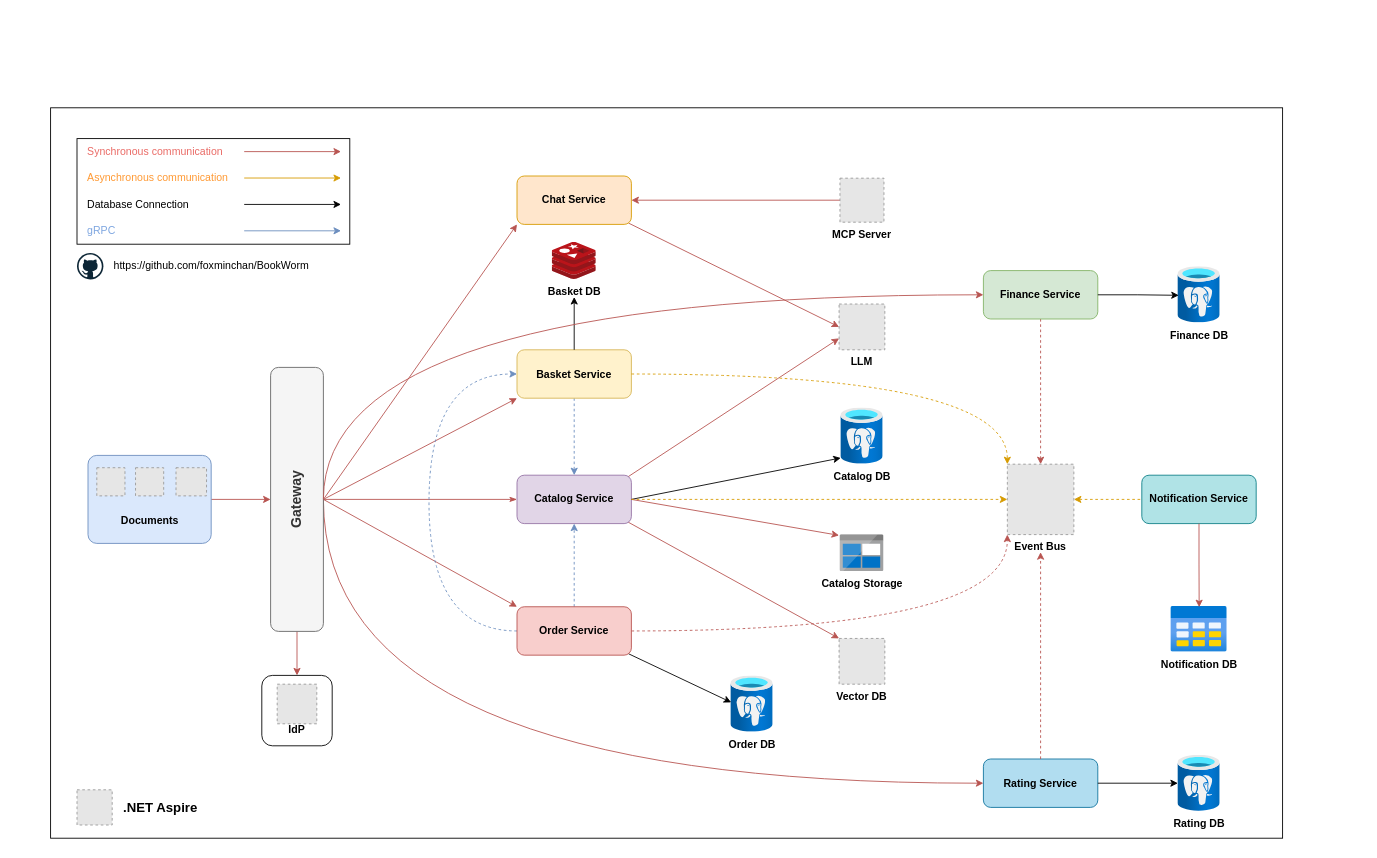
Earlier version of the draw.io diagram assets/BookWorm.drawio (foxminchan/BookWorm). Source tidied: cells renumbered, new cells numbered last; positions are measured from the earlier drawing's top-left corner, leaving out a move shared by most shapes. Both pictures are drawn from the tidied source at 88%, with x=0, y=0 at pixel (50, 107). Pictures stored in the file or linked from it are replaced by grey dashed boxes.
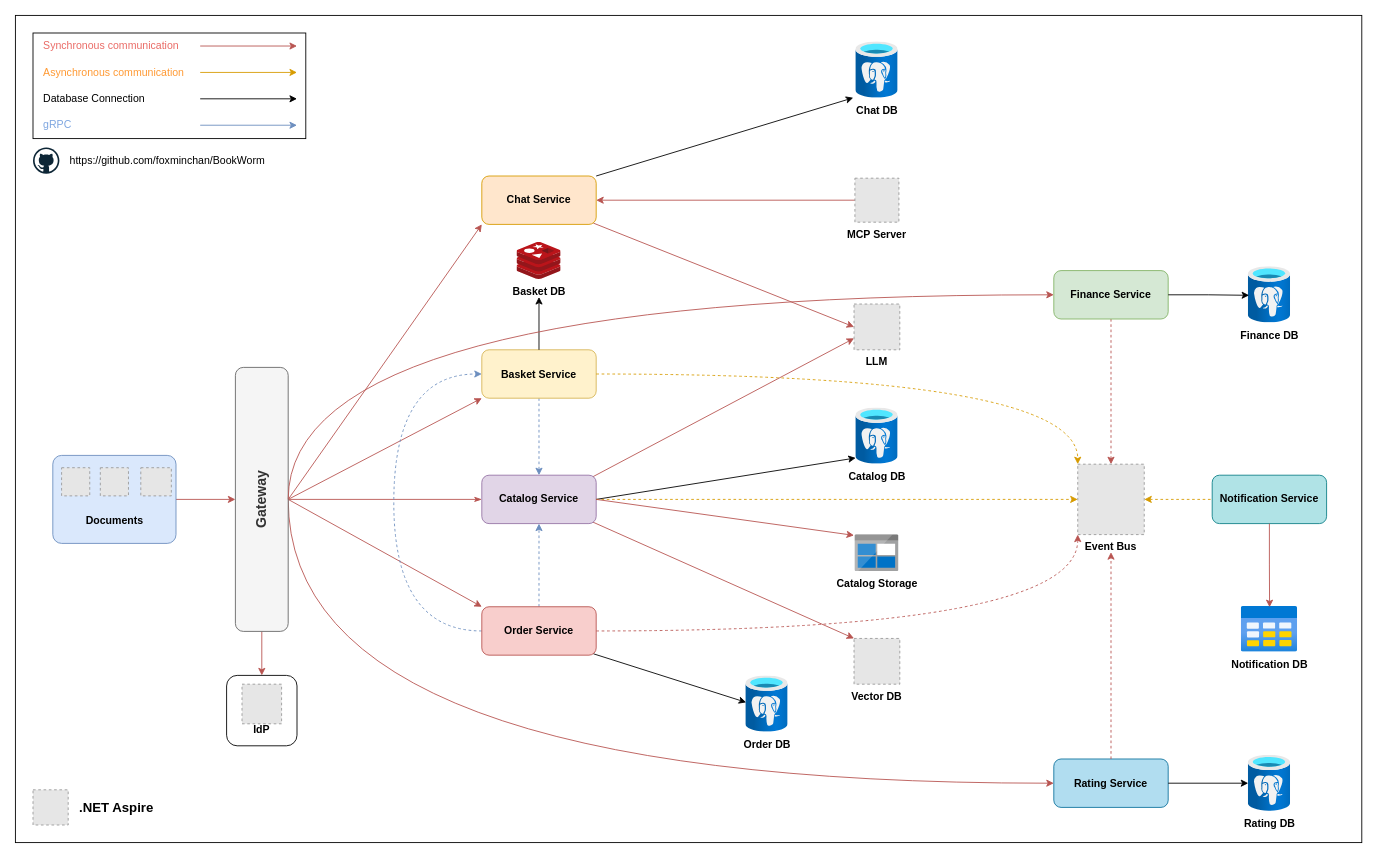
The same page after the edit.

Diff of the diagram source:
```diff
@@
     <mxCell id="2" style="rounded=0;whiteSpace=wrap;html=1;" parent="1" vertex="1">
-      <mxGeometry width="1400" height="830" as="geometry" />
+      <mxGeometry x="-40" y="-105" width="1530" height="940" as="geometry" />
     </mxCell>
@@
     <mxCell id="7" style="edgeStyle=orthogonalEdgeStyle;rounded=0;jettySize=auto;html=1;exitX=0;exitY=0.5;exitDx=0;exitDy=0;entryX=0;entryY=0.5;entryDx=0;entryDy=0;curved=1;fillColor=#f8cecc;strokeColor=#b85450;" parent="1" edge="1" source="9" target="30">
       <mxGeometry relative="1" as="geometry">
         <Array as="points">
-          <mxPoint x="310" y="768" />
+          <mxPoint x="270" y="768" />
         </Array>
       </mxGeometry>
     </mxCell>
@@
     <mxCell id="9" value="&lt;font style=&quot;font-size: 16px;&quot;&gt;Gateway&lt;/font&gt;" style="rounded=1;whiteSpace=wrap;html=1;fontStyle=1;textDirection=vertical-rl;rotation=-180;fillColor=#f5f5f5;strokeColor=#666666;fontColor=#333333;" parent="1" vertex="1">
-      <mxGeometry x="250" y="295" width="60" height="300" as="geometry" />
+      <mxGeometry x="210" y="295" width="60" height="300" as="geometry" />
     </mxCell>
@@
     <mxCell id="12" value="Catalog Service" style="rounded=1;whiteSpace=wrap;html=1;fontStyle=1;fillColor=#e1d5e7;strokeColor=#9673a6;" parent="1" vertex="1">
-      <mxGeometry x="530" y="417.5" width="130" height="55" as="geometry" />
+      <mxGeometry x="490" y="417.5" width="130" height="55" as="geometry" />
     </mxCell>
     <mxCell id="13" value="Catalog DB" style="image;html=1;points=[];align=center;fontSize=12;image=img/lib/azure2/databases/Azure_Database_PostgreSQL_Server.svg;fontStyle=1;" parent="1" vertex="1">
-      <mxGeometry x="898" y="341" width="48" height="64" as="geometry" />
+      <mxGeometry x="915" y="341" width="48" height="64" as="geometry" />
     </mxCell>
@@
     <mxCell id="15" value="Catalog Storage" style="image;sketch=0;html=1;points=[];align=center;fontSize=12;image=img/lib/mscae/BlobBlock.svg;fontStyle=1;" parent="1" vertex="1">
-      <mxGeometry x="897" y="485" width="50" height="42" as="geometry" />
+      <mxGeometry x="914" y="485" width="50" height="42" as="geometry" />
     </mxCell>
-    <mxCell id="16" style="rounded=0;jettySize=auto;html=1;exitX=1;exitY=0.5;exitDx=0;exitDy=0;entryX=-0.021;entryY=0.021;entryDx=0;entryDy=0;entryPerimeter=0;fillColor=#f8cecc;strokeColor=#b85450;" parent="1" edge="1" source="12" target="15">
-      <mxGeometry relative="1" as="geometry" />
-    </mxCell>
     <mxCell id="17" value="&lt;div&gt;&lt;b&gt;&lt;br&gt;&lt;/b&gt;&lt;/div&gt;&lt;b&gt;&lt;div&gt;&lt;b&gt;&lt;br&gt;&lt;/b&gt;&lt;/div&gt;&lt;div&gt;&lt;b&gt;&lt;br&gt;&lt;/b&gt;&lt;/div&gt;IdP&lt;/b&gt;" style="rounded=1;whiteSpace=wrap;html=1;" parent="1" vertex="1">
-      <mxGeometry x="240" y="645" width="80" height="80" as="geometry" />
+      <mxGeometry x="200" y="645" width="80" height="80" as="geometry" />
     </mxCell>
     <mxCell id="18" style="fillColor=#E6E6E6;strokeColor=#999999;dashed=1;verticalLabelPosition=bottom;labelBackgroundColor=default;verticalAlign=top;" parent="1" vertex="1">
-      <mxGeometry x="257.5" y="655" width="45" height="45" as="geometry" />
+      <mxGeometry x="217.5" y="655" width="45" height="45" as="geometry" />
     </mxCell>
@@
     <mxCell id="20" value="Basket Service" style="rounded=1;whiteSpace=wrap;html=1;fontStyle=1;fillColor=#fff2cc;strokeColor=#d6b656;" parent="1" vertex="1">
-      <mxGeometry x="530" y="275" width="130" height="55" as="geometry" />
+      <mxGeometry x="490" y="275" width="130" height="55" as="geometry" />
     </mxCell>
@@
     <mxCell id="22" style="edgeStyle=orthogonalEdgeStyle;rounded=0;jettySize=auto;html=1;exitX=0;exitY=0.5;exitDx=0;exitDy=0;entryX=0;entryY=0.5;entryDx=0;entryDy=0;fillColor=#dae8fc;strokeColor=#6c8ebf;dashed=1;curved=1;" parent="1" edge="1" source="71" target="20">
       <mxGeometry relative="1" as="geometry">
         <Array as="points">
-          <mxPoint x="430" y="595" />
-          <mxPoint x="430" y="303" />
+          <mxPoint x="390" y="595" />
+          <mxPoint x="390" y="303" />
         </Array>
       </mxGeometry>
     </mxCell>
     <mxCell id="23" value="Order DB" style="image;html=1;points=[];align=center;fontSize=12;image=img/lib/azure2/databases/Azure_Database_PostgreSQL_Server.svg;fontStyle=1;" parent="1" vertex="1">
-      <mxGeometry x="773" y="645.5" width="48" height="64" as="geometry" />
+      <mxGeometry x="790" y="645.5" width="48" height="64" as="geometry" />
     </mxCell>
@@
     <mxCell id="29" value="Finance Service" style="rounded=1;whiteSpace=wrap;html=1;fontStyle=1;fillColor=#d5e8d4;strokeColor=#82b366;" parent="1" vertex="1">
-      <mxGeometry x="1060" y="185" width="130" height="55" as="geometry" />
+      <mxGeometry x="1140" y="185" width="130" height="55" as="geometry" />
     </mxCell>
     <mxCell id="30" value="Rating Service" style="rounded=1;whiteSpace=wrap;html=1;fontStyle=1;fillColor=#b1ddf0;strokeColor=#10739e;" parent="1" vertex="1">
-      <mxGeometry x="1060" y="740" width="130" height="55" as="geometry" />
+      <mxGeometry x="1140" y="740" width="130" height="55" as="geometry" />
     </mxCell>
@@
     <mxCell id="32" value="Finance DB" style="image;html=1;points=[];align=center;fontSize=12;image=img/lib/azure2/databases/Azure_Database_PostgreSQL_Server.svg;fontStyle=1;" parent="1" vertex="1">
-      <mxGeometry x="1281" y="180.5" width="48" height="64" as="geometry" />
+      <mxGeometry x="1361" y="180.5" width="48" height="64" as="geometry" />
     </mxCell>
@@
     <mxCell id="34" value="&lt;b&gt;Basket DB&lt;/b&gt;" style="image;sketch=0;html=1;align=center;fontSize=12;image=img/lib/mscae/Cache_Redis_Product.svg;" parent="1" vertex="1">
-      <mxGeometry x="570" y="153" width="50" height="42" as="geometry" />
+      <mxGeometry x="530" y="153" width="50" height="42" as="geometry" />
     </mxCell>
     <mxCell id="35" value="Vector DB" style="fillColor=#E6E6E6;strokeColor=#999999;dashed=1;verticalLabelPosition=bottom;labelBackgroundColor=default;verticalAlign=top;fontStyle=1;" parent="1" vertex="1">
-      <mxGeometry x="896" y="603" width="52" height="52" as="geometry" />
+      <mxGeometry x="913" y="603" width="52" height="52" as="geometry" />
     </mxCell>
     <mxCell id="36" style="fillColor=#E6E6E6;strokeColor=#999999;dashed=1;verticalLabelPosition=bottom;labelBackgroundColor=default;verticalAlign=top;" parent="1" vertex="1">
-      <mxGeometry x="30" y="775" width="40" height="40" as="geometry" />
+      <mxGeometry x="-20" y="775" width="40" height="40" as="geometry" />
     </mxCell>
     <mxCell id="37" value="&lt;font style=&quot;font-size: 15px;&quot;&gt;.NET Aspire&lt;/font&gt;" style="text;html=1;align=center;verticalAlign=middle;whiteSpace=wrap;rounded=0;fontStyle=1;" parent="1" vertex="1">
-      <mxGeometry x="75" y="780" width="100" height="30" as="geometry" />
+      <mxGeometry x="25" y="780" width="100" height="30" as="geometry" />
     </mxCell>
     <mxCell id="38" value="Notification Service" style="rounded=1;whiteSpace=wrap;html=1;fontStyle=1;fillColor=#b0e3e6;strokeColor=#0e8088;" parent="1" vertex="1">
-      <mxGeometry x="1240" y="417.5" width="130" height="55" as="geometry" />
+      <mxGeometry x="1320" y="417.5" width="130" height="55" as="geometry" />
     </mxCell>
@@
     <mxCell id="40" value="Event Bus" style="fillColor=#E6E6E6;strokeColor=#999999;dashed=1;verticalLabelPosition=bottom;labelBackgroundColor=default;verticalAlign=top;fontStyle=1;" parent="1" vertex="1">
-      <mxGeometry x="1087.2" y="405" width="75.6" height="80" as="geometry" />
+      <mxGeometry x="1167.2" y="405" width="75.6" height="80" as="geometry" />
     </mxCell>
-    <mxCell id="41" style="group;" parent="1" vertex="1">
-      <mxGeometry x="30" y="35" width="310" height="160" as="geometry" />
-    </mxCell>
-    <mxCell id="42" style="group;" parent="41" vertex="1">
-      <mxGeometry width="310" height="120" as="geometry" />
-    </mxCell>
-    <mxCell id="43" style="rounded=0;whiteSpace=wrap;html=1;" parent="42" vertex="1">
-      <mxGeometry width="310" height="120" as="geometry" />
-    </mxCell>
-    <mxCell id="44" value="Synchronous communication&amp;nbsp;" style="text;html=1;align=left;verticalAlign=middle;whiteSpace=wrap;rounded=0;fontColor=#EA6B66;" parent="42" vertex="1">
-      <mxGeometry x="10" width="160" height="30" as="geometry" />
-    </mxCell>
-    <mxCell id="45" value="Asynchronous communication&amp;nbsp;" style="text;html=1;align=left;verticalAlign=middle;whiteSpace=wrap;rounded=0;fontColor=#FF9933;" parent="42" vertex="1">
-      <mxGeometry x="10" y="30" width="167.5" height="30" as="geometry" />
-    </mxCell>
-    <mxCell id="46" value="Database Connection" style="text;html=1;align=left;verticalAlign=middle;whiteSpace=wrap;rounded=0;fontColor=#000000;" parent="42" vertex="1">
-      <mxGeometry x="10" y="60" width="167.5" height="30" as="geometry" />
-    </mxCell>
-    <mxCell id="47" value="gRPC" style="text;html=1;align=left;verticalAlign=middle;whiteSpace=wrap;rounded=0;fontColor=#7EA6E0;labelBackgroundColor=default;" parent="42" vertex="1">
-      <mxGeometry x="10" y="90" width="167.5" height="30" as="geometry" />
-    </mxCell>
-    <mxCell id="48" style="endArrow=classic;html=1;rounded=0;fillColor=#f8cecc;strokeColor=#b85450;" parent="42" edge="1">
-      <mxGeometry relative="1" as="geometry">
-        <mxPoint x="190" y="14.8" as="sourcePoint" />
-        <mxPoint x="300" y="14.8" as="targetPoint" />
-      </mxGeometry>
-    </mxCell>
-    <mxCell id="49" style="endArrow=classic;html=1;rounded=0;fillColor=#ffe6cc;strokeColor=#d79b00;" parent="42" edge="1">
-      <mxGeometry relative="1" as="geometry">
-        <mxPoint x="190" y="44.8" as="sourcePoint" />
-        <mxPoint x="300" y="44.8" as="targetPoint" />
-      </mxGeometry>
-    </mxCell>
-    <mxCell id="50" style="endArrow=classic;html=1;rounded=0;" parent="42" edge="1">
-      <mxGeometry relative="1" as="geometry">
-        <mxPoint x="190" y="74.8" as="sourcePoint" />
-        <mxPoint x="300" y="74.8" as="targetPoint" />
-      </mxGeometry>
-    </mxCell>
-    <mxCell id="51" style="endArrow=classic;html=1;rounded=0;fillColor=#dae8fc;strokeColor=#6c8ebf;" parent="42" edge="1">
-      <mxGeometry relative="1" as="geometry">
-        <mxPoint x="190" y="104.8" as="sourcePoint" />
-        <mxPoint x="300" y="104.8" as="targetPoint" />
-      </mxGeometry>
-    </mxCell>
-    <mxCell id="52" style="dashed=0;html=1;align=center;labelPosition=center;verticalLabelPosition=bottom;verticalAlign=top;shape=mxgraph.weblogos.github;" parent="41" vertex="1">
-      <mxGeometry y="130" width="30" height="30" as="geometry" />
-    </mxCell>
-    <mxCell id="53" value="https://github.com/foxminchan/BookWorm" style="text;html=1;align=left;verticalAlign=middle;whiteSpace=wrap;rounded=0;" parent="41" vertex="1">
-      <mxGeometry x="40" y="130" width="230" height="30" as="geometry" />
-    </mxCell>
@@
     <mxCell id="55" style="group;" parent="1" vertex="1">
-      <mxGeometry x="42.5" y="395" width="140" height="100" as="geometry" />
+      <mxGeometry x="2.5" y="395" width="140" height="100" as="geometry" />
     </mxCell>
@@
     <mxCell id="61" value="Rating DB" style="image;html=1;points=[];align=center;fontSize=12;image=img/lib/azure2/databases/Azure_Database_PostgreSQL_Server.svg;fontStyle=1;" parent="1" vertex="1">
-      <mxGeometry x="1281" y="735.5" width="48" height="64" as="geometry" />
+      <mxGeometry x="1361" y="735.5" width="48" height="64" as="geometry" />
     </mxCell>
     <mxCell id="62" value="&lt;b&gt;Notification DB&lt;/b&gt;" style="image;html=1;points=[];align=center;fontSize=12;image=img/lib/azure2/general/Table.svg;" parent="1" vertex="1">
-      <mxGeometry x="1273" y="566.5" width="64" height="52" as="geometry" />
+      <mxGeometry x="1353" y="566.5" width="64" height="52" as="geometry" />
     </mxCell>
@@
     <mxCell id="66" value="Chat Service" style="rounded=1;whiteSpace=wrap;html=1;fontStyle=1;fillColor=#ffe6cc;strokeColor=#d79b00;" parent="1" vertex="1">
-      <mxGeometry x="530" y="77.5" width="130" height="55" as="geometry" />
+      <mxGeometry x="490" y="77.5" width="130" height="55" as="geometry" />
     </mxCell>
     <mxCell id="67" value="MCP Server" style="fillColor=#E6E6E6;strokeColor=#999999;dashed=1;verticalLabelPosition=bottom;labelBackgroundColor=default;verticalAlign=top;fontStyle=1;" parent="1" vertex="1">
-      <mxGeometry x="897" y="80" width="50" height="50" as="geometry" />
+      <mxGeometry x="914" y="80" width="50" height="50" as="geometry" />
     </mxCell>
     <mxCell id="68" style="rounded=0;jettySize=auto;html=1;exitX=0.5;exitY=0;exitDx=0;exitDy=0;" parent="1" edge="1" source="20">
       <mxGeometry relative="1" as="geometry">
-        <mxPoint x="595" y="215" as="targetPoint" />
+        <mxPoint x="555" y="215" as="targetPoint" />
       </mxGeometry>
     </mxCell>
     <mxCell id="69" style="edgeStyle=orthogonalEdgeStyle;rounded=0;jettySize=auto;html=1;exitX=0.5;exitY=0;exitDx=0;exitDy=0;fillColor=#f8cecc;strokeColor=#b85450;dashed=1;" parent="1" edge="1" source="30">
       <mxGeometry relative="1" as="geometry">
-        <mxPoint x="1125" y="505" as="targetPoint" />
+        <mxPoint x="1205" y="505" as="targetPoint" />
       </mxGeometry>
     </mxCell>
     <mxCell id="70" style="edgeStyle=orthogonalEdgeStyle;rounded=0;jettySize=auto;html=1;exitX=0;exitY=0.5;exitDx=0;exitDy=0;entryX=0;entryY=0.5;entryDx=0;entryDy=0;curved=1;fillColor=#f8cecc;strokeColor=#b85450;" parent="1" edge="1" source="9" target="29">
       <mxGeometry relative="1" as="geometry">
         <Array as="points">
-          <mxPoint x="310" y="213" />
+          <mxPoint x="270" y="213" />
         </Array>
       </mxGeometry>
     </mxCell>
     <mxCell id="71" value="Order Service" style="rounded=1;whiteSpace=wrap;html=1;fontStyle=1;fillColor=#f8cecc;strokeColor=#b85450;" parent="1" vertex="1">
-      <mxGeometry x="530" y="567" width="130" height="55" as="geometry" />
+      <mxGeometry x="490" y="567" width="130" height="55" as="geometry" />
     </mxCell>
     <mxCell id="72" value="LLM" style="fillColor=#E6E6E6;strokeColor=#999999;dashed=1;verticalLabelPosition=bottom;labelBackgroundColor=default;verticalAlign=top;fontStyle=1;" parent="1" vertex="1">
-      <mxGeometry x="896" y="223" width="52" height="52" as="geometry" />
+      <mxGeometry x="913" y="223" width="52" height="52" as="geometry" />
     </mxCell>
+    <mxCell id="41" style="group;" parent="1" vertex="1">
+      <mxGeometry x="-20" y="-85" width="310" height="160" as="geometry" />
+    </mxCell>
+    <mxCell id="42" style="group;" parent="41" vertex="1">
+      <mxGeometry width="310" height="120" as="geometry" />
+    </mxCell>
+    <mxCell id="43" style="rounded=0;whiteSpace=wrap;html=1;" parent="42" vertex="1">
+      <mxGeometry width="310" height="120" as="geometry" />
+    </mxCell>
+    <mxCell id="44" value="Synchronous communication&amp;nbsp;" style="text;html=1;align=left;verticalAlign=middle;whiteSpace=wrap;rounded=0;fontColor=#EA6B66;" parent="42" vertex="1">
+      <mxGeometry x="10" width="160" height="30" as="geometry" />
+    </mxCell>
+    <mxCell id="45" value="Asynchronous communication&amp;nbsp;" style="text;html=1;align=left;verticalAlign=middle;whiteSpace=wrap;rounded=0;fontColor=#FF9933;" parent="42" vertex="1">
+      <mxGeometry x="10" y="30" width="167.5" height="30" as="geometry" />
+    </mxCell>
+    <mxCell id="46" value="Database Connection" style="text;html=1;align=left;verticalAlign=middle;whiteSpace=wrap;rounded=0;fontColor=#000000;" parent="42" vertex="1">
+      <mxGeometry x="10" y="60" width="167.5" height="30" as="geometry" />
+    </mxCell>
+    <mxCell id="47" value="gRPC" style="text;html=1;align=left;verticalAlign=middle;whiteSpace=wrap;rounded=0;fontColor=#7EA6E0;labelBackgroundColor=default;" parent="42" vertex="1">
+      <mxGeometry x="10" y="90" width="167.5" height="30" as="geometry" />
+    </mxCell>
+    <mxCell id="48" style="endArrow=classic;html=1;rounded=0;fillColor=#f8cecc;strokeColor=#b85450;" parent="42" edge="1">
+      <mxGeometry relative="1" as="geometry">
+        <mxPoint x="190" y="14.8" as="sourcePoint" />
+        <mxPoint x="300" y="14.8" as="targetPoint" />
+      </mxGeometry>
+    </mxCell>
+    <mxCell id="49" style="endArrow=classic;html=1;rounded=0;fillColor=#ffe6cc;strokeColor=#d79b00;" parent="42" edge="1">
+      <mxGeometry relative="1" as="geometry">
+        <mxPoint x="190" y="44.8" as="sourcePoint" />
+        <mxPoint x="300" y="44.8" as="targetPoint" />
+      </mxGeometry>
+    </mxCell>
+    <mxCell id="50" style="endArrow=classic;html=1;rounded=0;" parent="42" edge="1">
+      <mxGeometry relative="1" as="geometry">
+        <mxPoint x="190" y="74.8" as="sourcePoint" />
+        <mxPoint x="300" y="74.8" as="targetPoint" />
+      </mxGeometry>
+    </mxCell>
+    <mxCell id="51" style="endArrow=classic;html=1;rounded=0;fillColor=#dae8fc;strokeColor=#6c8ebf;" parent="42" edge="1">
+      <mxGeometry relative="1" as="geometry">
+        <mxPoint x="190" y="104.8" as="sourcePoint" />
+        <mxPoint x="300" y="104.8" as="targetPoint" />
+      </mxGeometry>
+    </mxCell>
+    <mxCell id="52" style="dashed=0;html=1;align=center;labelPosition=center;verticalLabelPosition=bottom;verticalAlign=top;shape=mxgraph.weblogos.github;" parent="41" vertex="1">
+      <mxGeometry y="130" width="30" height="30" as="geometry" />
+    </mxCell>
+    <mxCell id="53" value="https://github.com/foxminchan/BookWorm" style="text;html=1;align=left;verticalAlign=middle;whiteSpace=wrap;rounded=0;" parent="41" vertex="1">
+      <mxGeometry x="40" y="130" width="230" height="30" as="geometry" />
+    </mxCell>
+    <mxCell id="73" value="Chat DB" style="image;html=1;points=[];align=center;fontSize=12;image=img/lib/azure2/databases/Azure_Database_PostgreSQL_Server.svg;fontStyle=1;" parent="1" vertex="1">
+      <mxGeometry x="915" y="-75" width="48" height="64" as="geometry" />
+    </mxCell>
+    <mxCell id="74" style="rounded=0;jettySize=auto;html=1;exitX=1;exitY=0;exitDx=0;exitDy=0;entryX=-0.06;entryY=0.994;entryDx=0;entryDy=0;entryPerimeter=0;" parent="1" edge="1" source="66" target="73">
+      <mxGeometry relative="1" as="geometry" />
+    </mxCell>
+    <mxCell id="16" style="rounded=0;jettySize=auto;html=1;exitX=1;exitY=0.5;exitDx=0;exitDy=0;entryX=-0.021;entryY=0.021;entryDx=0;entryDy=0;entryPerimeter=0;fillColor=#f8cecc;strokeColor=#b85450;" parent="1" edge="1" source="12" target="15">
+      <mxGeometry relative="1" as="geometry" />
+    </mxCell>
```
